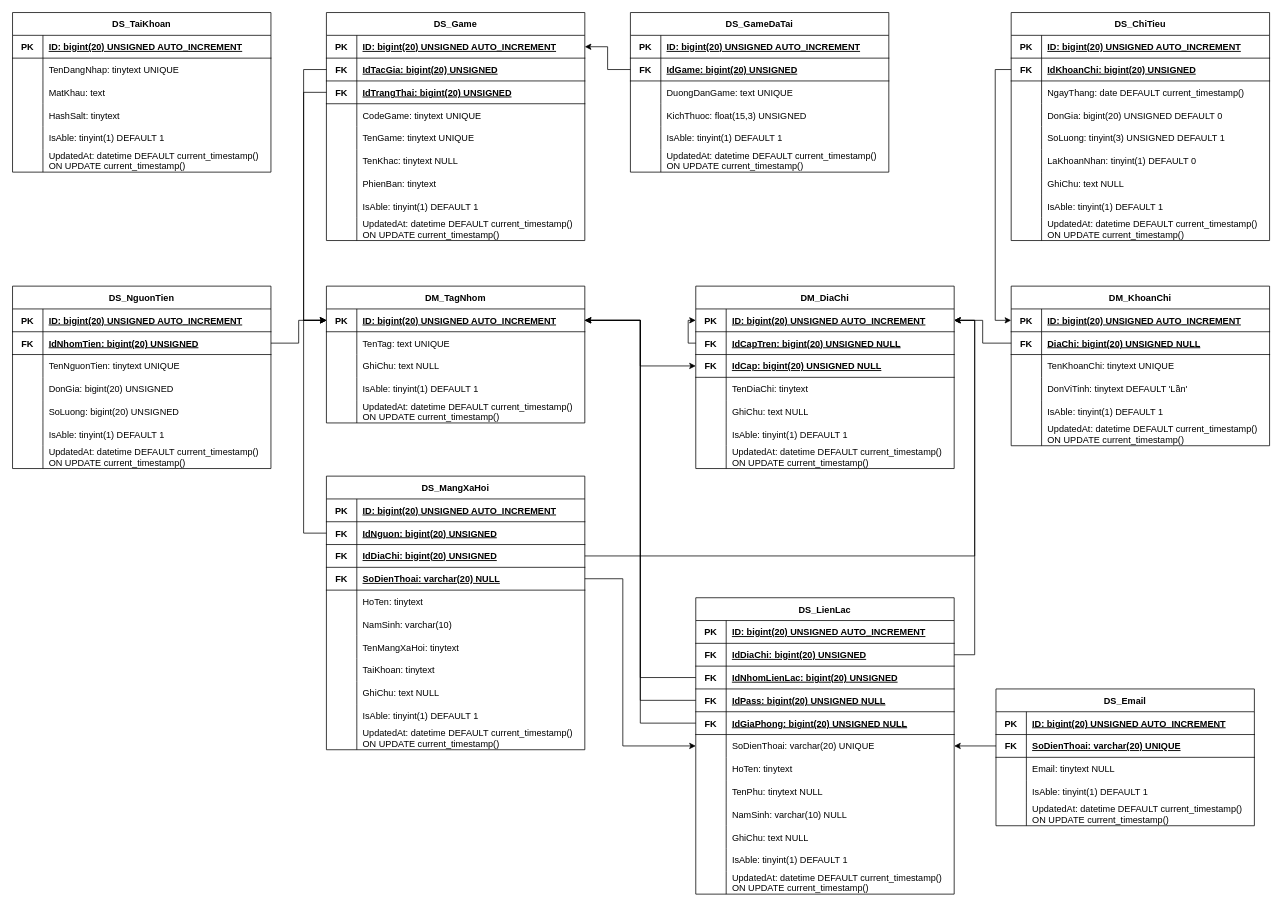
Katoji-Rikito/WebAppManager keeps this draw.io diagram as NOTE/Sơ đồ WebAppManager.drawio. Above is the earlier version. Source tidied: cells renumbered, new cells numbered last; positions are measured from the earlier drawing's top-left corner, leaving out a move shared by most shapes. Both pictures are drawn from the tidied source at 76%, with x=0, y=0 at pixel (12, 12).
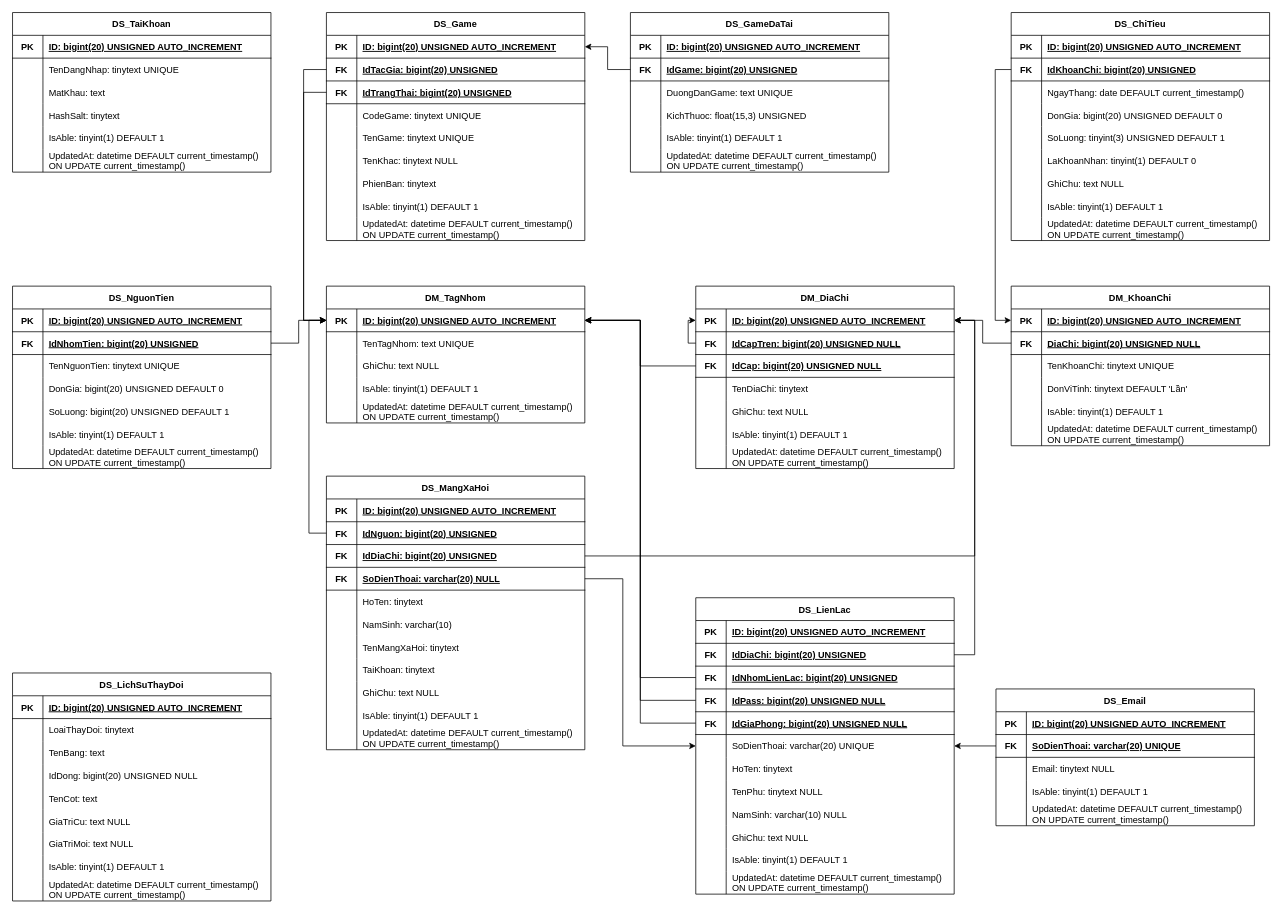
The same page after the edit.

The change refers to these unchanged cells:
```xml
<mxCell id="60" style="shape=tableRow;horizontal=0;startSize=0;swimlaneHead=0;swimlaneBody=0;fillColor=none;top=0;left=0;right=0;bottom=0;" parent="50" vertex="1">
  <mxGeometry y="120" width="340" height="30" as="geometry" />
</mxCell>
<mxCell id="63" style="shape=tableRow;horizontal=0;startSize=0;swimlaneHead=0;swimlaneBody=0;fillColor=none;top=0;left=0;right=0;bottom=0;" parent="50" vertex="1">
  <mxGeometry y="150" width="340" height="30" as="geometry" />
</mxCell>
<mxCell id="92" style="shape=tableRow;horizontal=0;startSize=0;swimlaneHead=0;swimlaneBody=0;fillColor=none;points=[[0,0.5],[1,0.5]];portConstraint=eastwest;top=0;left=0;right=0;bottom=1;" parent="91" vertex="1">
  <mxGeometry y="30" width="340" height="30" as="geometry" />
</mxCell>
<mxCell id="95" style="shape=tableRow;horizontal=0;startSize=0;swimlaneHead=0;swimlaneBody=0;fillColor=none;top=0;left=0;right=0;bottom=0;" parent="91" vertex="1">
  <mxGeometry y="60" width="340" height="30" as="geometry" />
</mxCell>
<mxCell id="128" style="shape=tableRow;horizontal=0;startSize=0;swimlaneHead=0;swimlaneBody=0;fillColor=none;points=[[0,0.5],[1,0.5]];portConstraint=eastwest;top=0;left=0;right=0;bottom=1;" parent="124" vertex="1">
  <mxGeometry y="60" width="340" height="30" as="geometry" />
</mxCell>
<mxCell id="208" style="shape=tableRow;horizontal=0;startSize=0;swimlaneHead=0;swimlaneBody=0;fillColor=none;points=[[0,0.5],[1,0.5]];portConstraint=eastwest;top=0;left=0;right=0;bottom=1;" parent="200" vertex="1">
  <mxGeometry y="90" width="340" height="30" as="geometry" />
</mxCell>
```

Diff of the diagram source:
```diff
@@
-    <mxCell id="62" value="DonGia: bigint(20) UNSIGNED" style="shape=partialRectangle;fillColor=none;top=0;left=0;bottom=0;right=0;align=left;spacingLeft=6;overflow=hidden;" parent="60" vertex="1">
+    <mxCell id="62" value="DonGia: bigint(20) UNSIGNED DEFAULT 0" style="shape=partialRectangle;fillColor=none;top=0;left=0;bottom=0;right=0;align=left;spacingLeft=6;overflow=hidden;" parent="60" vertex="1">
       <mxGeometry x="40" width="300" height="30" as="geometry" />
     </mxCell>
@@
-    <mxCell id="65" value="SoLuong: bigint(20) UNSIGNED" style="shape=partialRectangle;fillColor=none;top=0;left=0;bottom=0;right=0;align=left;spacingLeft=6;overflow=hidden;" parent="63" vertex="1">
+    <mxCell id="65" value="SoLuong: bigint(20) UNSIGNED DEFAULT 1" style="shape=partialRectangle;fillColor=none;top=0;left=0;bottom=0;right=0;align=left;spacingLeft=6;overflow=hidden;" parent="63" vertex="1">
       <mxGeometry x="40" width="300" height="30" as="geometry" />
     </mxCell>
@@
-    <mxCell id="97" value="TenTag: text UNIQUE" style="shape=partialRectangle;fillColor=none;top=0;left=0;bottom=0;right=0;align=left;spacingLeft=6;overflow=hidden;" parent="95" vertex="1">
+    <mxCell id="97" value="TenTagNhom: text UNIQUE" style="shape=partialRectangle;fillColor=none;top=0;left=0;bottom=0;right=0;align=left;spacingLeft=6;overflow=hidden;" parent="95" vertex="1">
       <mxGeometry x="40" width="300" height="30" as="geometry" />
     </mxCell>
@@
-    <mxCell id="223" style="edgeStyle=orthogonalEdgeStyle;rounded=0;html=1;startArrow=none;startFill=0;endArrow=classic;endFill=1;" parent="1" edge="1" source="92" target="208">
-      <mxGeometry relative="1" as="geometry" />
-    </mxCell>
@@
     <mxCell id="226" style="edgeStyle=orthogonalEdgeStyle;rounded=0;html=1;entryX=0;entryY=0.5;entryDx=0;entryDy=0;startArrow=classic;startFill=1;endArrow=none;endFill=0;" parent="1" edge="1" source="92" target="128">
       <mxGeometry relative="1" as="geometry">
         <Array as="points">
-          <mxPoint x="383" y="405" />
-          <mxPoint x="383" y="685" />
+          <mxPoint x="390" y="405" />
+          <mxPoint x="390" y="685" />
         </Array>
       </mxGeometry>
     </mxCell>
@@
+    <mxCell id="280" value="DS_LichSuThayDoi" style="shape=table;startSize=30;childLayout=tableLayout;rowLines=0;fontStyle=1;align=center;" parent="1" vertex="1">
+      <mxGeometry y="869" width="340" height="300" as="geometry" />
+    </mxCell>
+    <mxCell id="281" style="shape=tableRow;horizontal=0;startSize=0;swimlaneHead=0;swimlaneBody=0;fillColor=none;top=0;left=0;right=0;bottom=1;" parent="280" vertex="1">
+      <mxGeometry y="30" width="340" height="30" as="geometry" />
+    </mxCell>
+    <mxCell id="282" value="PK" style="shape=partialRectangle;fillColor=none;top=0;left=0;bottom=0;right=0;fontStyle=1;overflow=hidden;" parent="281" vertex="1">
+      <mxGeometry width="40" height="30" as="geometry" />
+    </mxCell>
+    <mxCell id="283" value="ID: bigint(20) UNSIGNED AUTO_INCREMENT" style="shape=partialRectangle;fillColor=none;top=0;left=0;bottom=0;right=0;align=left;spacingLeft=6;fontStyle=5;overflow=hidden;" parent="281" vertex="1">
+      <mxGeometry x="40" width="300" height="30" as="geometry" />
+    </mxCell>
+    <mxCell id="284" style="shape=tableRow;horizontal=0;startSize=0;swimlaneHead=0;swimlaneBody=0;fillColor=none;top=0;left=0;right=0;bottom=0;" parent="280" vertex="1">
+      <mxGeometry y="60" width="340" height="30" as="geometry" />
+    </mxCell>
+    <mxCell id="285" style="shape=partialRectangle;fillColor=none;top=0;left=0;bottom=0;right=0;overflow=hidden;" parent="284" vertex="1">
+      <mxGeometry width="40" height="30" as="geometry" />
+    </mxCell>
+    <mxCell id="286" value="LoaiThayDoi: tinytext" style="shape=partialRectangle;fillColor=none;top=0;left=0;bottom=0;right=0;align=left;spacingLeft=6;overflow=hidden;" parent="284" vertex="1">
+      <mxGeometry x="40" width="300" height="30" as="geometry" />
+    </mxCell>
+    <mxCell id="287" style="shape=tableRow;horizontal=0;startSize=0;swimlaneHead=0;swimlaneBody=0;fillColor=none;top=0;left=0;right=0;bottom=0;" parent="280" vertex="1">
+      <mxGeometry y="90" width="340" height="30" as="geometry" />
+    </mxCell>
+    <mxCell id="288" style="shape=partialRectangle;fillColor=none;top=0;left=0;bottom=0;right=0;overflow=hidden;" parent="287" vertex="1">
+      <mxGeometry width="40" height="30" as="geometry" />
+    </mxCell>
+    <mxCell id="289" value="TenBang: text" style="shape=partialRectangle;fillColor=none;top=0;left=0;bottom=0;right=0;align=left;spacingLeft=6;overflow=hidden;" parent="287" vertex="1">
+      <mxGeometry x="40" width="300" height="30" as="geometry" />
+    </mxCell>
+    <mxCell id="290" style="shape=tableRow;horizontal=0;startSize=0;swimlaneHead=0;swimlaneBody=0;fillColor=none;top=0;left=0;right=0;bottom=0;" parent="280" vertex="1">
+      <mxGeometry y="120" width="340" height="30" as="geometry" />
+    </mxCell>
+    <mxCell id="291" style="shape=partialRectangle;fillColor=none;top=0;left=0;bottom=0;right=0;overflow=hidden;" parent="290" vertex="1">
+      <mxGeometry width="40" height="30" as="geometry" />
+    </mxCell>
+    <mxCell id="292" value="IdDong: bigint(20) UNSIGNED NULL" style="shape=partialRectangle;fillColor=none;top=0;left=0;bottom=0;right=0;align=left;spacingLeft=6;overflow=hidden;" parent="290" vertex="1">
+      <mxGeometry x="40" width="300" height="30" as="geometry" />
+    </mxCell>
+    <mxCell id="293" style="shape=tableRow;horizontal=0;startSize=0;swimlaneHead=0;swimlaneBody=0;fillColor=none;top=0;left=0;right=0;bottom=0;" parent="280" vertex="1">
+      <mxGeometry y="150" width="340" height="30" as="geometry" />
+    </mxCell>
+    <mxCell id="294" style="shape=partialRectangle;fillColor=none;top=0;left=0;bottom=0;right=0;overflow=hidden;" parent="293" vertex="1">
+      <mxGeometry width="40" height="30" as="geometry" />
+    </mxCell>
+    <mxCell id="295" value="TenCot: text" style="shape=partialRectangle;fillColor=none;top=0;left=0;bottom=0;right=0;align=left;spacingLeft=6;overflow=hidden;" parent="293" vertex="1">
+      <mxGeometry x="40" width="300" height="30" as="geometry" />
+    </mxCell>
+    <mxCell id="296" style="shape=tableRow;horizontal=0;startSize=0;swimlaneHead=0;swimlaneBody=0;fillColor=none;top=0;left=0;right=0;bottom=0;" parent="280" vertex="1">
+      <mxGeometry y="180" width="340" height="30" as="geometry" />
+    </mxCell>
+    <mxCell id="297" style="shape=partialRectangle;fillColor=none;top=0;left=0;bottom=0;right=0;overflow=hidden;" parent="296" vertex="1">
+      <mxGeometry width="40" height="30" as="geometry" />
+    </mxCell>
+    <mxCell id="298" value="GiaTriCu: text NULL" style="shape=partialRectangle;fillColor=none;top=0;left=0;bottom=0;right=0;align=left;spacingLeft=6;overflow=hidden;" parent="296" vertex="1">
+      <mxGeometry x="40" width="300" height="30" as="geometry" />
+    </mxCell>
+    <mxCell id="299" style="shape=tableRow;horizontal=0;startSize=0;swimlaneHead=0;swimlaneBody=0;fillColor=none;top=0;left=0;right=0;bottom=0;" parent="280" vertex="1">
+      <mxGeometry y="210" width="340" height="30" as="geometry" />
+    </mxCell>
+    <mxCell id="300" style="shape=partialRectangle;fillColor=none;top=0;left=0;bottom=0;right=0;overflow=hidden;" parent="299" vertex="1">
+      <mxGeometry width="40" height="30" as="geometry" />
+    </mxCell>
+    <mxCell id="301" value="GiaTriMoi: text NULL" style="shape=partialRectangle;fillColor=none;top=0;left=0;bottom=0;right=0;align=left;spacingLeft=6;overflow=hidden;" parent="299" vertex="1">
+      <mxGeometry x="40" width="300" height="30" as="geometry" />
+    </mxCell>
+    <mxCell id="302" style="shape=tableRow;horizontal=0;startSize=0;swimlaneHead=0;swimlaneBody=0;fillColor=none;top=0;left=0;right=0;bottom=0;" parent="280" vertex="1">
+      <mxGeometry y="240" width="340" height="30" as="geometry" />
+    </mxCell>
+    <mxCell id="303" style="shape=partialRectangle;fillColor=none;top=0;left=0;bottom=0;right=0;overflow=hidden;" parent="302" vertex="1">
+      <mxGeometry width="40" height="30" as="geometry" />
+    </mxCell>
+    <mxCell id="304" value="IsAble: tinyint(1) DEFAULT 1" style="shape=partialRectangle;fillColor=none;top=0;left=0;bottom=0;right=0;align=left;spacingLeft=6;overflow=hidden;" parent="302" vertex="1">
+      <mxGeometry x="40" width="300" height="30" as="geometry" />
+    </mxCell>
+    <mxCell id="305" style="shape=tableRow;horizontal=0;startSize=0;swimlaneHead=0;swimlaneBody=0;fillColor=none;top=0;left=0;right=0;bottom=0;" parent="280" vertex="1">
+      <mxGeometry y="270" width="340" height="30" as="geometry" />
+    </mxCell>
+    <mxCell id="306" style="shape=partialRectangle;fillColor=none;top=0;left=0;bottom=0;right=0;overflow=hidden;" parent="305" vertex="1">
+      <mxGeometry width="40" height="30" as="geometry" />
+    </mxCell>
+    <mxCell id="307" value="UpdatedAt: datetime DEFAULT current_timestamp()&#10;ON UPDATE current_timestamp()" style="shape=partialRectangle;fillColor=none;top=0;left=0;bottom=0;right=0;align=left;spacingLeft=6;overflow=hidden;" parent="305" vertex="1">
+      <mxGeometry x="40" width="300" height="30" as="geometry" />
+    </mxCell>
+    <mxCell id="308" style="edgeStyle=orthogonalEdgeStyle;html=1;rounded=0;" parent="1" edge="1" source="208" target="92">
+      <mxGeometry relative="1" as="geometry" />
+    </mxCell>
```
